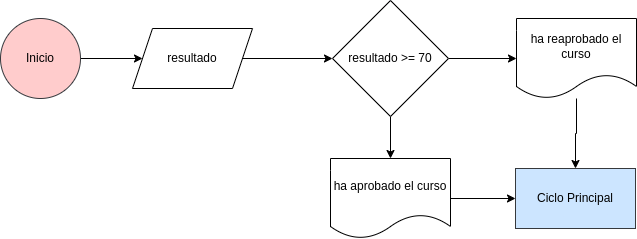
Above: docs/resources/promedio_ponderado_salida.png in Je12emy/proyecto_info_1 (draw.io), before the change. Source tidied: cells renumbered, new cells last; positions are measured from the earlier drawing's top-left corner, leaving out a move shared by most shapes.
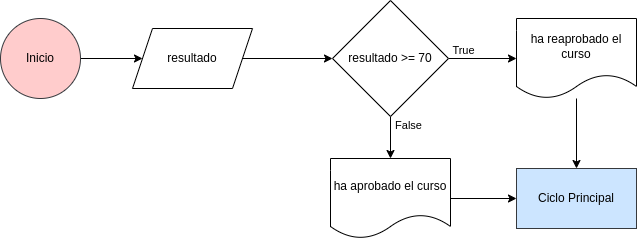
Above is the later version.

Diff of the diagram source:
```diff
@@ -8,35 +8,45 @@
     <mxCell id="3" value="Inicio" style="ellipse;whiteSpace=wrap;html=1;fillColor=#ffcccc;strokeColor=#36393d;rounded=0;" parent="1" vertex="1">
       <mxGeometry y="18" width="80" height="80" as="geometry" />
     </mxCell>
-    <mxCell id="4" style="edgeStyle=orthogonalEdgeStyle;rounded=0;jettySize=auto;html=1;" parent="1" edge="1" source="5" target="8">
+    <mxCell id="4" style="edgeStyle=orthogonalEdgeStyle;rounded=0;jettySize=auto;html=1;" parent="1" edge="1" source="5" target="10">
       <mxGeometry relative="1" as="geometry" />
     </mxCell>
     <mxCell id="5" value="resultado" style="shape=parallelogram;perimeter=parallelogramPerimeter;whiteSpace=wrap;html=1;fixedSize=1;" parent="1" vertex="1">
       <mxGeometry x="132" y="28" width="120" height="60" as="geometry" />
     </mxCell>
-    <mxCell id="6" style="edgeStyle=orthogonalEdgeStyle;rounded=0;jettySize=auto;html=1;" parent="1" edge="1" source="8" target="10">
+    <mxCell id="6" style="edgeStyle=orthogonalEdgeStyle;rounded=0;jettySize=auto;html=1;" parent="1" edge="1" source="10" target="12">
       <mxGeometry relative="1" as="geometry" />
     </mxCell>
-    <mxCell id="7" style="edgeStyle=orthogonalEdgeStyle;rounded=0;jettySize=auto;html=1;" parent="1" edge="1" source="8" target="12">
-      <mxGeometry relative="1" as="geometry" />
+    <mxCell id="7" value="False" style="edgeLabel;html=1;align=center;verticalAlign=middle;" parent="6" vertex="1">
+      <mxGeometry x="-0.54" y="-11" relative="1" as="geometry">
+        <mxPoint x="29" y="-1" as="offset" />
+      </mxGeometry>
     </mxCell>
-    <mxCell id="8" value="resultado &amp;gt;= 70" style="rhombus;whiteSpace=wrap;html=1;" parent="1" vertex="1">
-      <mxGeometry x="332" width="116" height="116" as="geometry" />
+    <mxCell id="8" style="edgeStyle=orthogonalEdgeStyle;rounded=0;jettySize=auto;html=1;" parent="1" edge="1" source="10" target="14">
+      <mxGeometry relative="1" as="geometry" />
     </mxCell>
-    <mxCell id="9" style="edgeStyle=orthogonalEdgeStyle;rounded=0;jettySize=auto;html=1;entryX=0;entryY=0.5;entryDx=0;entryDy=0;" parent="1" edge="1" source="10" target="13">
-      <mxGeometry relative="1" as="geometry" />
+    <mxCell id="9" value="True" style="edgeLabel;html=1;align=center;verticalAlign=middle;" parent="8" vertex="1">
+      <mxGeometry x="-0.28" relative="1" as="geometry">
+        <mxPoint x="-9" y="-8" as="offset" />
+      </mxGeometry>
     </mxCell>
-    <mxCell id="10" value="ha aprobado el curso" style="shape=document;whiteSpace=wrap;html=1;boundedLbl=1;" parent="1" vertex="1">
-      <mxGeometry x="330" y="158" width="120" height="80" as="geometry" />
+    <mxCell id="10" value="resultado &amp;gt;= 70" style="rhombus;whiteSpace=wrap;html=1;" parent="1" vertex="1">
+      <mxGeometry x="332" width="116" height="116" as="geometry" />
     </mxCell>
-    <mxCell id="11" style="edgeStyle=orthogonalEdgeStyle;rounded=0;jettySize=auto;html=1;entryX=0.5;entryY=0;entryDx=0;entryDy=0;" parent="1" edge="1" source="12" target="13">
+    <mxCell id="11" style="edgeStyle=orthogonalEdgeStyle;rounded=0;jettySize=auto;html=1;entryX=0;entryY=0.5;entryDx=0;entryDy=0;" parent="1" edge="1" source="12" target="15">
       <mxGeometry relative="1" as="geometry" />
     </mxCell>
-    <mxCell id="12" value="ha reaprobado el curso" style="shape=document;whiteSpace=wrap;html=1;boundedLbl=1;" parent="1" vertex="1">
-      <mxGeometry x="516" y="18" width="120" height="80" as="geometry" />
+    <mxCell id="12" value="ha aprobado el curso" style="shape=document;whiteSpace=wrap;html=1;boundedLbl=1;" parent="1" vertex="1">
+      <mxGeometry x="330" y="158" width="120" height="80" as="geometry" />
     </mxCell>
-    <mxCell id="13" value="Ciclo Principal" style="whiteSpace=wrap;html=1;rounded=0;fillColor=#cce5ff;strokeColor=#36393d;" parent="1" vertex="1">
-      <mxGeometry x="515" y="168" width="120" height="60" as="geometry" />
+    <mxCell id="13" style="edgeStyle=orthogonalEdgeStyle;rounded=0;jettySize=auto;html=1;entryX=0.5;entryY=0;entryDx=0;entryDy=0;" parent="1" edge="1" source="14" target="15">
+      <mxGeometry relative="1" as="geometry" />
     </mxCell>
+    <mxCell id="14" value="ha reaprobado el curso" style="shape=document;whiteSpace=wrap;html=1;boundedLbl=1;" parent="1" vertex="1">
+      <mxGeometry x="516" y="18" width="120" height="80" as="geometry" />
+    </mxCell>
+    <mxCell id="15" value="Ciclo Principal" style="whiteSpace=wrap;html=1;rounded=0;fillColor=#cce5ff;strokeColor=#36393d;" parent="1" vertex="1">
+      <mxGeometry x="516" y="168" width="120" height="60" as="geometry" />
+    </mxCell>
   </root>
 </mxGraphModel>
```
